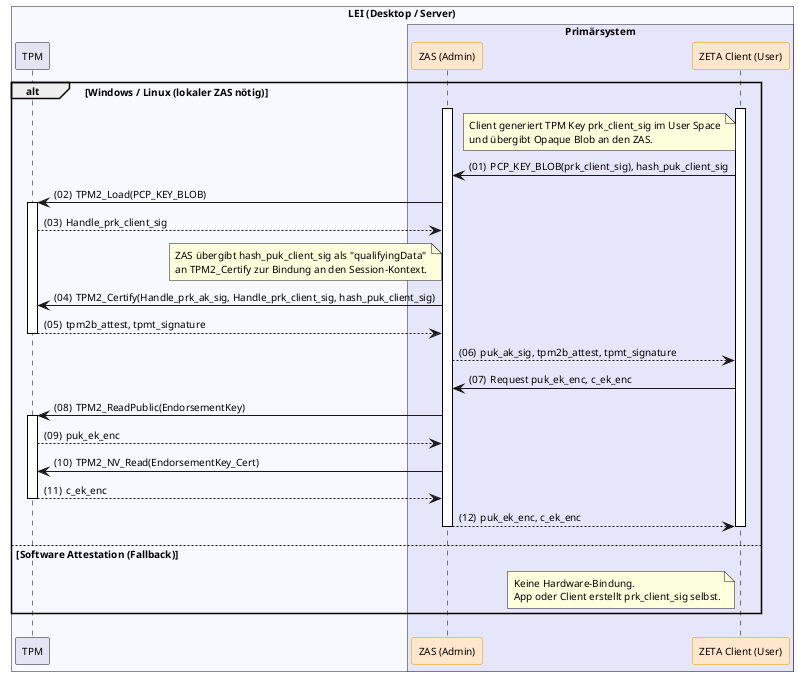
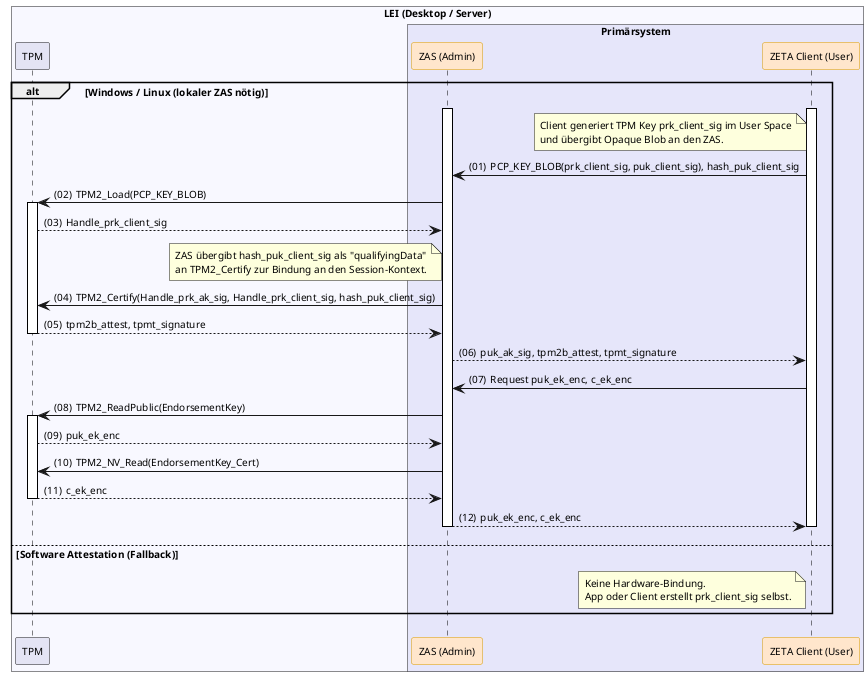
@startuml "key-preparation"
autonumber "(00)"
skinparam defaultFontSize 10
skinparam defaultFontName Helvetica
skinparam DefaultMonospacedFontName Courier
skinparam lengthAdjust none
skinparam sequenceReferenceBackgroundColor White
skinparam SequenceReferenceFontSize 12
skinparam sequenceMessageAlign left
hide stereotype

' Box colors
!define LEI_COLOR #GhostWhite
!define LEI_COMPONENT_COLOR #E4E4F4
!define PRIMAERSYSTEM_COLOR #Lavender
!define MOBILE_COLOR #E6F7FF

' Participant colors
<style>
sequenceDiagram {
  participant {
    .zeta {
      BackgroundColor #FFE6CC
      LineColor #D79B00
    }
  }
  lifeline {
    BackgroundColor White
    LineColor Black
  }
}
</style>

!pragma teoz true

alt Windows / Linux (lokaler ZAS nötig)
    box "LEI (Desktop / Server)" LEI_COLOR
      participant "TPM" as TPM LEI_COMPONENT_COLOR
      box "Primärsystem" PRIMAERSYSTEM_COLOR
        participant ZAS as "ZAS (Admin)" <<zeta>>
        participant Client as "ZETA Client (User)" <<zeta>>
      end box
    end box

    Client++
    ZAS++

    note left of Client: Client generiert TPM Key prk_client_sig im User Space\nund übergibt Opaque Blob an den ZAS.
-     Client -> ZAS: PCP_KEY_BLOB(prk_client_sig), hash_puk_client_sig
+     Client -> ZAS: PCP_KEY_BLOB(prk_client_sig, puk_client_sig), hash_puk_client_sig

    ZAS -> TPM++: TPM2_Load(PCP_KEY_BLOB)
    TPM --> ZAS: Handle_prk_client_sig

    note left of ZAS: ZAS übergibt hash_puk_client_sig als "qualifyingData"\nan TPM2_Certify zur Bindung an den Session-Kontext.
    ZAS -> TPM: TPM2_Certify(Handle_prk_ak_sig, Handle_prk_client_sig, hash_puk_client_sig)
    TPM --> ZAS--: tpm2b_attest, tpmt_signature

    ZAS --> Client: puk_ak_sig, tpm2b_attest, tpmt_signature

    Client -> ZAS: Request puk_ek_enc, c_ek_enc
    ZAS -> TPM++: TPM2_ReadPublic(EndorsementKey)
    TPM --> ZAS: puk_ek_enc
    ZAS -> TPM: TPM2_NV_Read(EndorsementKey_Cert)
    TPM --> ZAS--: c_ek_enc
    ZAS --> Client--: puk_ek_enc, c_ek_enc
    Client--

else Software Attestation (Fallback)
    note left of Client: Keine Hardware-Bindung.\nApp oder Client erstellt prk_client_sig selbst.
end

@enduml